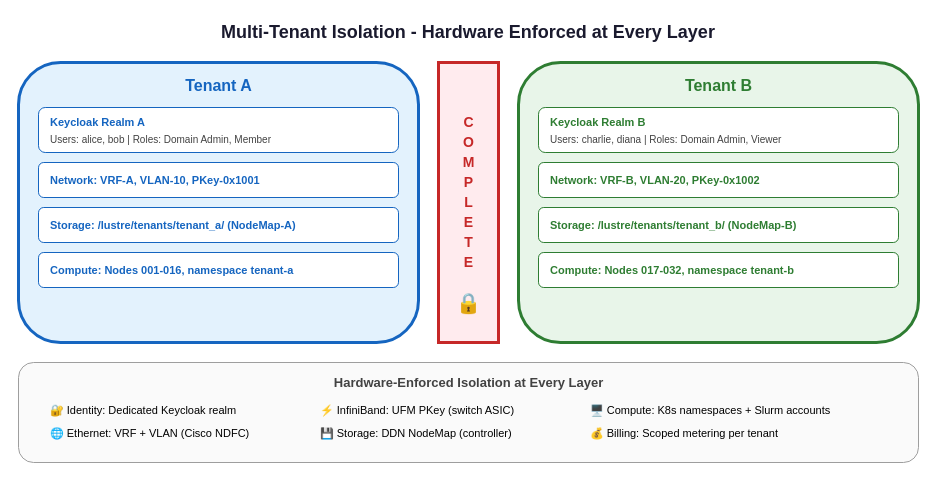
Before: docs/diagrams/tenant-isolation.drawio in aamir939/Documentation, a draw.io diagram. Source tidied: cells renumbered, new cells numbered last; positions are measured from the earlier drawing's top-left corner, leaving out a move shared by most shapes. Both pictures are drawn from the tidied source at 100%, with x=0, y=0 at pixel (18, 17).
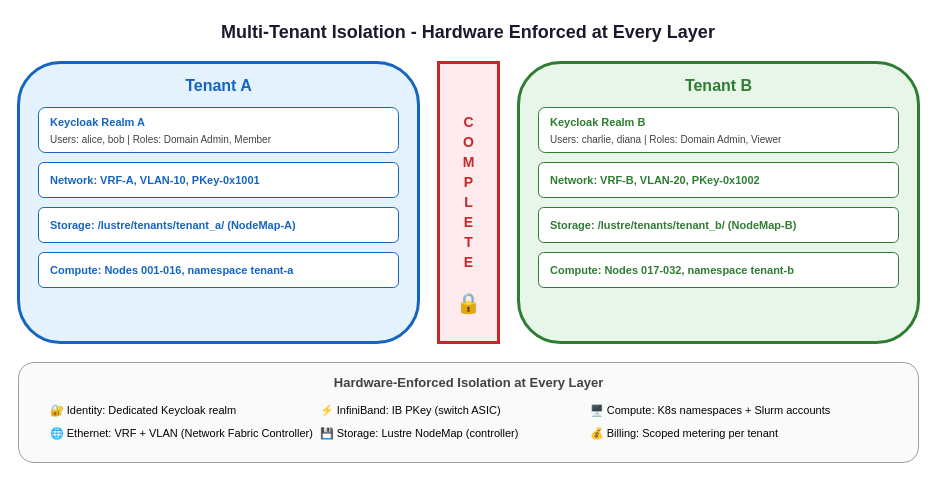
The same diagram, later.

What changed in the source:
```diff
@@
-    <mxCell id="38" value="🌐 Ethernet: VRF + VLAN (Cisco NDFC)" style="text;html=1;strokeColor=none;fillColor=none;align=left;fontSize=11;" parent="1" vertex="1">
+    <mxCell id="38" value="🌐 Ethernet: VRF + VLAN (Network Fabric Controller)" style="text;html=1;strokeColor=none;fillColor=none;align=left;fontSize=11;" parent="1" vertex="1">
       <mxGeometry x="30" y="403" width="220" height="20" as="geometry" />
     </mxCell>
-    <mxCell id="39" value="⚡ InfiniBand: UFM PKey (switch ASIC)" style="text;html=1;strokeColor=none;fillColor=none;align=left;fontSize=11;" parent="1" vertex="1">
+    <mxCell id="39" value="⚡ InfiniBand: IB PKey (switch ASIC)" style="text;html=1;strokeColor=none;fillColor=none;align=left;fontSize=11;" parent="1" vertex="1">
       <mxGeometry x="300" y="380" width="220" height="20" as="geometry" />
     </mxCell>
-    <mxCell id="40" value="💾 Storage: DDN NodeMap (controller)" style="text;html=1;strokeColor=none;fillColor=none;align=left;fontSize=11;" parent="1" vertex="1">
+    <mxCell id="40" value="💾 Storage: Lustre NodeMap (controller)" style="text;html=1;strokeColor=none;fillColor=none;align=left;fontSize=11;" parent="1" vertex="1">
       <mxGeometry x="300" y="403" width="220" height="20" as="geometry" />
     </mxCell>
```
